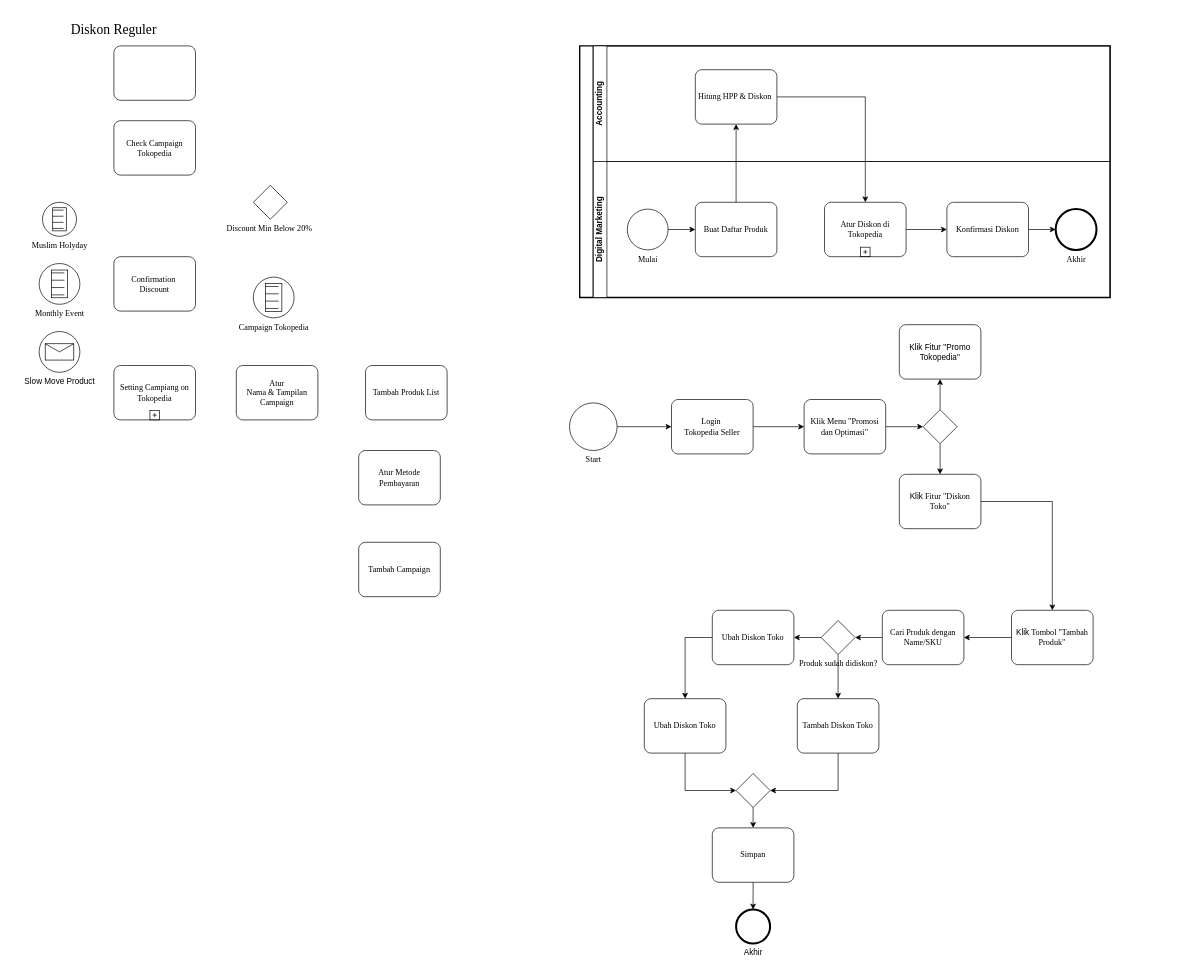
Earlier version of the draw.io diagram BPMN-KP-Coba.drawio (xoghub/diagrams). Source tidied: cells renumbered, new cells numbered last; positions are measured from the earlier drawing's top-left corner, leaving out a move shared by most shapes. Both pictures are drawn from the tidied source at 68%, with x=0, y=0 at pixel (39, 12).
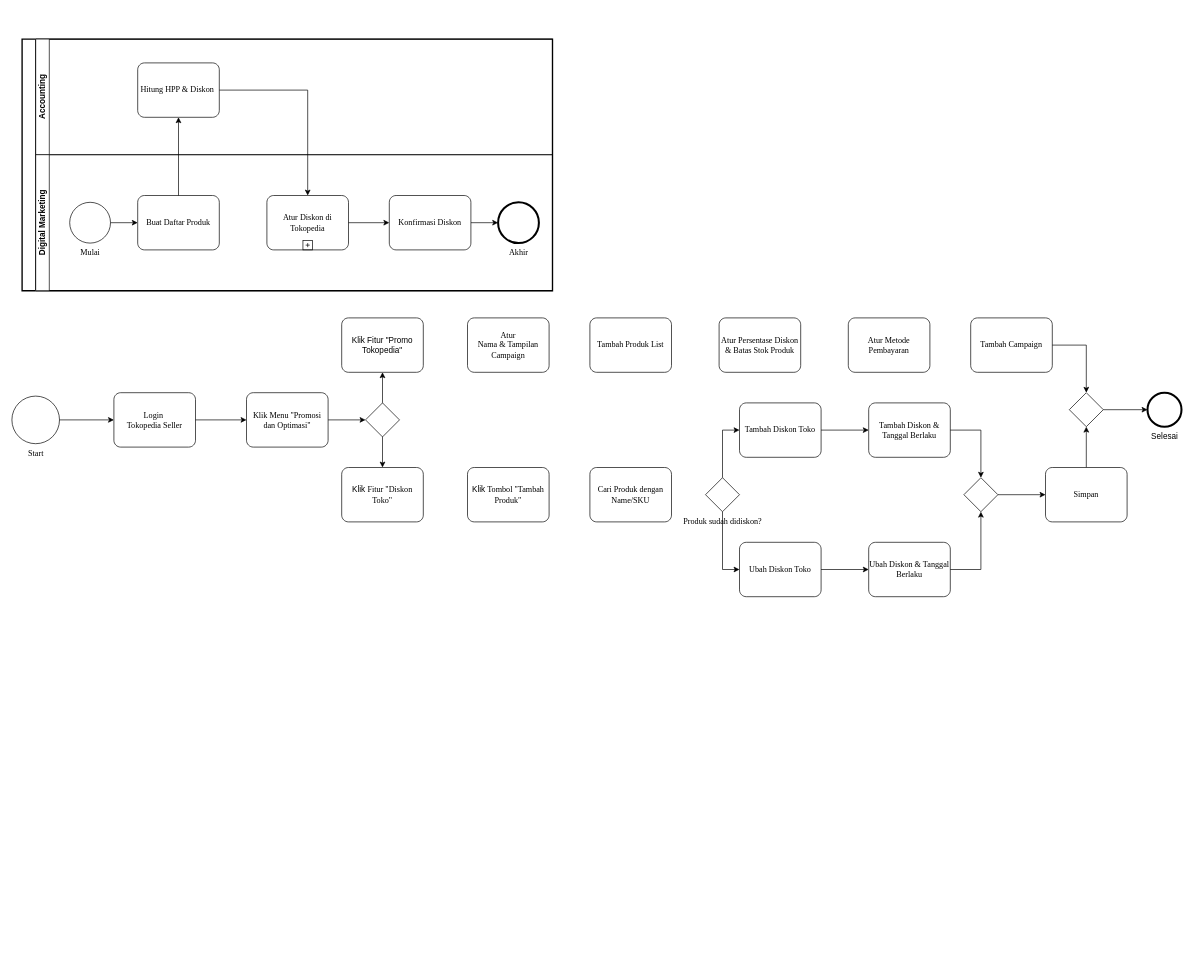
The same diagram, later.

Change to the diagram source:
```diff
@@
-    <mxCell id="2" value="&lt;font style=&quot;font-size: 20px;&quot;&gt;Diskon Reguler&lt;/font&gt;" style="text;html=1;strokeColor=none;fillColor=none;align=center;verticalAlign=middle;whiteSpace=wrap;rounded=0;fontFamily=Times New Roman;" parent="1" vertex="1">
-      <mxGeometry x="5" width="210" height="50" as="geometry" />
-    </mxCell>
-    <mxCell id="3" value="Check Campaign Tokopedia" style="shape=mxgraph.bpmn.task;whiteSpace=wrap;rectStyle=rounded;size=10;html=1;taskMarker=abstract;fontFamily=Times New Roman;" parent="1" vertex="1">
-      <mxGeometry x="110" y="160" width="120" height="80" as="geometry" />
-    </mxCell>
-    <mxCell id="4" value="&lt;font&gt;Discount Min Below 20%&amp;nbsp;&lt;/font&gt;" style="shape=mxgraph.bpmn.gateway2;html=1;verticalLabelPosition=bottom;labelBackgroundColor=#ffffff;verticalAlign=top;align=center;perimeter=rhombusPerimeter;outline=none;symbol=none;fontFamily=Times New Roman;" parent="1" vertex="1">
-      <mxGeometry x="315" y="255" width="50" height="50" as="geometry" />
-    </mxCell>
-    <mxCell id="5" style="shape=mxgraph.bpmn.task;whiteSpace=wrap;rectStyle=rounded;size=10;html=1;taskMarker=abstract;fontFamily=Times New Roman;" parent="1" vertex="1">
-      <mxGeometry x="110" y="50" width="120" height="80" as="geometry" />
-    </mxCell>
+    <mxCell id="60" style="edgeStyle=orthogonalEdgeStyle;rounded=0;jettySize=auto;html=1;entryX=0.5;entryY=1;entryDx=0;entryDy=0;entryPerimeter=0;" parent="1" edge="1" source="50" target="67">
+      <mxGeometry relative="1" as="geometry" />
+    </mxCell>
+    <mxCell id="50" value="Simpan" style="points=[[0.25,0,0],[0.5,0,0],[0.75,0,0],[1,0.25,0],[1,0.5,0],[1,0.75,0],[0.75,1,0],[0.5,1,0],[0.25,1,0],[0,0.75,0],[0,0.5,0],[0,0.25,0]];shape=mxgraph.bpmn.task;whiteSpace=wrap;rectStyle=rounded;size=10;html=1;taskMarker=abstract;fontFamily=Times New Roman;direction=east;flipH=1;" parent="1" vertex="1">
+      <mxGeometry x="1480" y="670" width="120" height="80" as="geometry" />
+    </mxCell>
+    <mxCell id="52" style="points=[[0.25,0.25,0],[0.5,0,0],[0.75,0.25,0],[1,0.5,0],[0.75,0.75,0],[0.5,1,0],[0.25,0.75,0],[0,0.5,0]];shape=mxgraph.bpmn.gateway2;html=1;verticalLabelPosition=bottom;labelBackgroundColor=#ffffff;verticalAlign=top;align=center;perimeter=rhombusPerimeter;outlineConnect=0;outline=none;symbol=none;direction=east;flipH=1;" parent="1" vertex="1">
+      <mxGeometry x="1360" y="685" width="50" height="50" as="geometry" />
+    </mxCell>
     <mxCell id="6" value="&lt;font&gt;Produk sudah didiskon?&lt;/font&gt;" style="points=[[0.25,0.25,0],[0.5,0,0],[0.75,0.25,0],[1,0.5,0],[0.75,0.75,0],[0.5,1,0],[0.25,0.75,0],[0,0.5,0]];shape=mxgraph.bpmn.gateway2;html=1;verticalLabelPosition=bottom;labelBackgroundColor=#ffffff;verticalAlign=top;align=center;perimeter=rhombusPerimeter;outlineConnect=0;outline=none;symbol=none;fontFamily=Times New Roman;" parent="1" vertex="1">
-      <mxGeometry x="1150" y="895" width="50" height="50" as="geometry" />
+      <mxGeometry x="980" y="685" width="50" height="50" as="geometry" />
     </mxCell>
-    <mxCell id="7" value="&lt;font&gt;Confirmation&amp;nbsp;&lt;/font&gt;&lt;div&gt;&lt;font&gt;Discount&lt;/font&gt;&lt;/div&gt;" style="shape=mxgraph.bpmn.task;whiteSpace=wrap;rectStyle=rounded;size=10;html=1;taskMarker=abstract;fontFamily=Times New Roman;" parent="1" vertex="1">
-      <mxGeometry x="110" y="360" width="120" height="80" as="geometry" />
-    </mxCell>
-    <mxCell id="8" value="Muslim Holyday" style="shape=mxgraph.bpmn.event;html=1;verticalLabelPosition=bottom;labelBackgroundColor=#ffffff;verticalAlign=top;align=center;perimeter=ellipsePerimeter;outline=standard;symbol=conditional;fontFamily=Times New Roman;" parent="1" vertex="1">
-      <mxGeometry x="5" y="280" width="50" height="50" as="geometry" />
-    </mxCell>
-    <mxCell id="9" value="Monthly Event" style="shape=mxgraph.bpmn.event;html=1;verticalLabelPosition=bottom;labelBackgroundColor=#ffffff;verticalAlign=top;align=center;perimeter=ellipsePerimeter;outline=standard;symbol=conditional;fontFamily=Times New Roman;" parent="1" vertex="1">
-      <mxGeometry y="370" width="60" height="60" as="geometry" />
-    </mxCell>
-    <mxCell id="10" value="&lt;font&gt;Setting Campiang on Tokopedia&lt;/font&gt;" style="shape=mxgraph.bpmn.task;whiteSpace=wrap;rectStyle=rounded;size=10;html=1;taskMarker=abstract;isLoopSub=1;fontFamily=Times New Roman;" parent="1" vertex="1">
-      <mxGeometry x="110" y="520" width="120" height="80" as="geometry" />
-    </mxCell>
     <mxCell id="11" value="Atur&lt;div&gt;Nama &amp;amp; Tampilan Campaign&lt;/div&gt;" style="shape=mxgraph.bpmn.task;whiteSpace=wrap;rectStyle=rounded;size=10;html=1;taskMarker=abstract;fontFamily=Times New Roman;" parent="1" vertex="1">
-      <mxGeometry x="290" y="520" width="120" height="80" as="geometry" />
+      <mxGeometry x="630" y="450" width="120" height="80" as="geometry" />
     </mxCell>
     <mxCell id="12" value="&lt;div&gt;Tambah Produk List&lt;/div&gt;" style="shape=mxgraph.bpmn.task;whiteSpace=wrap;rectStyle=rounded;size=10;html=1;taskMarker=abstract;fontFamily=Times New Roman;" parent="1" vertex="1">
-      <mxGeometry x="480" y="520" width="120" height="80" as="geometry" />
+      <mxGeometry x="810" y="450" width="120" height="80" as="geometry" />
     </mxCell>
     <mxCell id="13" value="Atur Metode Pembayaran" style="shape=mxgraph.bpmn.task;whiteSpace=wrap;rectStyle=rounded;size=10;html=1;taskMarker=abstract;fontFamily=Times New Roman;" parent="1" vertex="1">
-      <mxGeometry x="470" y="645" width="120" height="80" as="geometry" />
+      <mxGeometry x="1190" y="450" width="120" height="80" as="geometry" />
     </mxCell>
     <mxCell id="14" value="Tambah Campaign" style="points=[[0.25,0,0],[0.5,0,0],[0.75,0,0],[1,0.25,0],[1,0.5,0],[1,0.75,0],[0.75,1,0],[0.5,1,0],[0.25,1,0],[0,0.75,0],[0,0.5,0],[0,0.25,0]];shape=mxgraph.bpmn.task;whiteSpace=wrap;rectStyle=rounded;size=10;html=1;taskMarker=abstract;fontFamily=Times New Roman;" parent="1" vertex="1">
-      <mxGeometry x="470" y="780" width="120" height="80" as="geometry" />
+      <mxGeometry x="1370" y="450" width="120" height="80" as="geometry" />
     </mxCell>
-    <mxCell id="15" value="Campaign Tokopedia" style="shape=mxgraph.bpmn.event;html=1;verticalLabelPosition=bottom;labelBackgroundColor=#ffffff;verticalAlign=top;align=center;perimeter=ellipsePerimeter;outline=standard;symbol=conditional;fontFamily=Times New Roman;" parent="1" vertex="1">
-      <mxGeometry x="315" y="390" width="60" height="60" as="geometry" />
-    </mxCell>
-    <mxCell id="16" value="Slow Move Product" style="shape=mxgraph.bpmn.event;html=1;verticalLabelPosition=bottom;labelBackgroundColor=#ffffff;verticalAlign=top;align=center;perimeter=ellipsePerimeter;outline=standard;symbol=message;" parent="1" vertex="1">
-      <mxGeometry y="470" width="60" height="60" as="geometry" />
-    </mxCell>
     <mxCell id="17" style="swimlane;html=1;startSize=20;fontStyle=0;horizontal=0;swimlaneLine=1;swimlaneFillColor=#ffffff;strokeWidth=2;whiteSpace=wrap;" parent="1" vertex="1">
-      <mxGeometry x="795" y="50" width="780" height="370" as="geometry" />
+      <mxGeometry x="-25" y="40" width="780" height="370" as="geometry" />
     </mxCell>
@@
     <mxCell id="31" value="Start" style="points=[[0.145,0.145,0],[0.5,0,0],[0.855,0.145,0],[1,0.5,0],[0.855,0.855,0],[0.5,1,0],[0.145,0.855,0],[0,0.5,0]];shape=mxgraph.bpmn.event;html=1;verticalLabelPosition=bottom;labelBackgroundColor=#ffffff;verticalAlign=top;align=center;perimeter=ellipsePerimeter;outlineConnect=0;outline=standard;symbol=general;fontFamily=Times New Roman;" parent="1" vertex="1">
-      <mxGeometry x="780" y="575" width="70" height="70" as="geometry" />
+      <mxGeometry x="-40" y="565" width="70" height="70" as="geometry" />
     </mxCell>
     <mxCell id="32" value="Login&amp;nbsp;&lt;div&gt;Tokopedia Seller&lt;/div&gt;" style="points=[[0.25,0,0],[0.5,0,0],[0.75,0,0],[1,0.25,0],[1,0.5,0],[1,0.75,0],[0.75,1,0],[0.5,1,0],[0.25,1,0],[0,0.75,0],[0,0.5,0],[0,0.25,0]];shape=mxgraph.bpmn.task;whiteSpace=wrap;rectStyle=rounded;size=10;html=1;taskMarker=abstract;fontFamily=Times New Roman;" parent="1" vertex="1">
-      <mxGeometry x="930" y="570" width="120" height="80" as="geometry" />
+      <mxGeometry x="110" y="560" width="120" height="80" as="geometry" />
     </mxCell>
@@
     <mxCell id="34" value="Klik Menu &quot;Promosi dan Optimasi&quot;" style="points=[[0.25,0,0],[0.5,0,0],[0.75,0,0],[1,0.25,0],[1,0.5,0],[1,0.75,0],[0.75,1,0],[0.5,1,0],[0.25,1,0],[0,0.75,0],[0,0.5,0],[0,0.25,0]];shape=mxgraph.bpmn.task;whiteSpace=wrap;rectStyle=rounded;size=10;html=1;taskMarker=abstract;fontFamily=Times New Roman;" parent="1" vertex="1">
-      <mxGeometry x="1125" y="570" width="120" height="80" as="geometry" />
+      <mxGeometry x="305" y="560" width="120" height="80" as="geometry" />
     </mxCell>
     <mxCell id="35" value="&lt;span style=&quot;font-family: Helvetica;&quot;&gt;Klik&amp;nbsp;&lt;/span&gt;Fitur &quot;Diskon Toko&quot;" style="points=[[0.25,0,0],[0.5,0,0],[0.75,0,0],[1,0.25,0],[1,0.5,0],[1,0.75,0],[0.75,1,0],[0.5,1,0],[0.25,1,0],[0,0.75,0],[0,0.5,0],[0,0.25,0]];shape=mxgraph.bpmn.task;whiteSpace=wrap;rectStyle=rounded;size=10;html=1;taskMarker=abstract;fontFamily=Times New Roman;" parent="1" vertex="1">
-      <mxGeometry x="1265" y="680" width="120" height="80" as="geometry" />
+      <mxGeometry x="445" y="670" width="120" height="80" as="geometry" />
     </mxCell>
-    <mxCell id="36" style="edgeStyle=orthogonalEdgeStyle;rounded=0;jettySize=auto;html=1;" parent="1" edge="1" source="37" target="48">
-      <mxGeometry relative="1" as="geometry">
-        <Array as="points">
-          <mxPoint x="950" y="920" />
-        </Array>
-      </mxGeometry>
-    </mxCell>
     <mxCell id="37" value="Ubah Diskon Toko" style="points=[[0.25,0,0],[0.5,0,0],[0.75,0,0],[1,0.25,0],[1,0.5,0],[1,0.75,0],[0.75,1,0],[0.5,1,0],[0.25,1,0],[0,0.75,0],[0,0.5,0],[0,0.25,0]];shape=mxgraph.bpmn.task;whiteSpace=wrap;rectStyle=rounded;size=10;html=1;taskMarker=abstract;fontFamily=Times New Roman;" parent="1" vertex="1">
-      <mxGeometry x="990" y="880" width="120" height="80" as="geometry" />
+      <mxGeometry x="1030" y="780" width="120" height="80" as="geometry" />
     </mxCell>
     <mxCell id="38" value="&lt;span style=&quot;font-family: Helvetica;&quot;&gt;Klik&lt;/span&gt;&amp;nbsp;Tombol &quot;Tambah Produk&quot;" style="points=[[0.25,0,0],[0.5,0,0],[0.75,0,0],[1,0.25,0],[1,0.5,0],[1,0.75,0],[0.75,1,0],[0.5,1,0],[0.25,1,0],[0,0.75,0],[0,0.5,0],[0,0.25,0]];shape=mxgraph.bpmn.task;whiteSpace=wrap;rectStyle=rounded;size=10;html=1;taskMarker=abstract;fontFamily=Times New Roman;" parent="1" vertex="1">
-      <mxGeometry x="1430" y="880" width="120" height="80" as="geometry" />
+      <mxGeometry x="630" y="670" width="120" height="80" as="geometry" />
     </mxCell>
-    <mxCell id="39" style="edgeStyle=orthogonalEdgeStyle;rounded=0;jettySize=auto;html=1;" parent="1" edge="1" source="40" target="6">
-      <mxGeometry relative="1" as="geometry" />
-    </mxCell>
     <mxCell id="40" value="Cari Produk dengan Name/SKU" style="points=[[0.25,0,0],[0.5,0,0],[0.75,0,0],[1,0.25,0],[1,0.5,0],[1,0.75,0],[0.75,1,0],[0.5,1,0],[0.25,1,0],[0,0.75,0],[0,0.5,0],[0,0.25,0]];shape=mxgraph.bpmn.task;whiteSpace=wrap;rectStyle=rounded;size=10;html=1;taskMarker=abstract;fontFamily=Times New Roman;" parent="1" vertex="1">
-      <mxGeometry x="1240" y="880" width="120" height="80" as="geometry" />
+      <mxGeometry x="810" y="670" width="120" height="80" as="geometry" />
     </mxCell>
@@
-    <mxCell id="43" style="edgeStyle=orthogonalEdgeStyle;rounded=0;jettySize=auto;html=1;entryX=0.5;entryY=0;entryDx=0;entryDy=0;entryPerimeter=0;" parent="1" edge="1" source="35" target="38">
-      <mxGeometry relative="1" as="geometry" />
-    </mxCell>
-    <mxCell id="44" style="edgeStyle=orthogonalEdgeStyle;rounded=0;jettySize=auto;html=1;entryX=1;entryY=0.5;entryDx=0;entryDy=0;entryPerimeter=0;" parent="1" edge="1" source="38" target="40">
-      <mxGeometry relative="1" as="geometry" />
-    </mxCell>
     <mxCell id="45" value="Tambah Diskon Toko" style="points=[[0.25,0,0],[0.5,0,0],[0.75,0,0],[1,0.25,0],[1,0.5,0],[1,0.75,0],[0.75,1,0],[0.5,1,0],[0.25,1,0],[0,0.75,0],[0,0.5,0],[0,0.25,0]];shape=mxgraph.bpmn.task;whiteSpace=wrap;rectStyle=rounded;size=10;html=1;taskMarker=abstract;fontFamily=Times New Roman;" parent="1" vertex="1">
-      <mxGeometry x="1115" y="1010" width="120" height="80" as="geometry" />
+      <mxGeometry x="1030" y="575" width="120" height="80" as="geometry" />
     </mxCell>
-    <mxCell id="46" style="edgeStyle=orthogonalEdgeStyle;rounded=0;jettySize=auto;html=1;entryX=1;entryY=0.5;entryDx=0;entryDy=0;entryPerimeter=0;" parent="1" edge="1" source="6" target="37">
-      <mxGeometry relative="1" as="geometry" />
-    </mxCell>
-    <mxCell id="47" style="edgeStyle=orthogonalEdgeStyle;rounded=0;jettySize=auto;html=1;entryX=0.5;entryY=0;entryDx=0;entryDy=0;entryPerimeter=0;" parent="1" edge="1" source="6" target="45">
-      <mxGeometry relative="1" as="geometry" />
-    </mxCell>
-    <mxCell id="48" value="Ubah Diskon Toko" style="points=[[0.25,0,0],[0.5,0,0],[0.75,0,0],[1,0.25,0],[1,0.5,0],[1,0.75,0],[0.75,1,0],[0.5,1,0],[0.25,1,0],[0,0.75,0],[0,0.5,0],[0,0.25,0]];shape=mxgraph.bpmn.task;whiteSpace=wrap;rectStyle=rounded;size=10;html=1;taskMarker=abstract;fontFamily=Times New Roman;" parent="1" vertex="1">
-      <mxGeometry x="890" y="1010" width="120" height="80" as="geometry" />
+    <mxCell id="48" value="Ubah Diskon &amp;amp; Tanggal Berlaku" style="points=[[0.25,0,0],[0.5,0,0],[0.75,0,0],[1,0.25,0],[1,0.5,0],[1,0.75,0],[0.75,1,0],[0.5,1,0],[0.25,1,0],[0,0.75,0],[0,0.5,0],[0,0.25,0]];shape=mxgraph.bpmn.task;whiteSpace=wrap;rectStyle=rounded;size=10;html=1;taskMarker=abstract;fontFamily=Times New Roman;" parent="1" vertex="1">
+      <mxGeometry x="1220" y="780" width="120" height="80" as="geometry" />
     </mxCell>
-    <mxCell id="49" style="edgeStyle=orthogonalEdgeStyle;rounded=0;jettySize=auto;html=1;" parent="1" edge="1" source="50" target="51">
-      <mxGeometry relative="1" as="geometry" />
-    </mxCell>
-    <mxCell id="50" value="Simpan" style="points=[[0.25,0,0],[0.5,0,0],[0.75,0,0],[1,0.25,0],[1,0.5,0],[1,0.75,0],[0.75,1,0],[0.5,1,0],[0.25,1,0],[0,0.75,0],[0,0.5,0],[0,0.25,0]];shape=mxgraph.bpmn.task;whiteSpace=wrap;rectStyle=rounded;size=10;html=1;taskMarker=abstract;fontFamily=Times New Roman;" parent="1" vertex="1">
-      <mxGeometry x="990" y="1200" width="120" height="80" as="geometry" />
-    </mxCell>
-    <mxCell id="51" value="Akhir" style="points=[[0.145,0.145,0],[0.5,0,0],[0.855,0.145,0],[1,0.5,0],[0.855,0.855,0],[0.5,1,0],[0.145,0.855,0],[0,0.5,0]];shape=mxgraph.bpmn.event;html=1;verticalLabelPosition=bottom;labelBackgroundColor=#ffffff;verticalAlign=top;align=center;perimeter=ellipsePerimeter;outlineConnect=0;outline=end;symbol=terminate2;" parent="1" vertex="1">
-      <mxGeometry x="1025" y="1320" width="50" height="50" as="geometry" />
-    </mxCell>
-    <mxCell id="52" style="points=[[0.25,0.25,0],[0.5,0,0],[0.75,0.25,0],[1,0.5,0],[0.75,0.75,0],[0.5,1,0],[0.25,0.75,0],[0,0.5,0]];shape=mxgraph.bpmn.gateway2;html=1;verticalLabelPosition=bottom;labelBackgroundColor=#ffffff;verticalAlign=top;align=center;perimeter=rhombusPerimeter;outlineConnect=0;outline=none;symbol=none;" parent="1" vertex="1">
-      <mxGeometry x="1025" y="1120" width="50" height="50" as="geometry" />
-    </mxCell>
-    <mxCell id="53" style="edgeStyle=orthogonalEdgeStyle;rounded=0;jettySize=auto;html=1;entryX=0;entryY=0.5;entryDx=0;entryDy=0;entryPerimeter=0;" parent="1" edge="1" source="48" target="52">
-      <mxGeometry relative="1" as="geometry">
-        <Array as="points">
-          <mxPoint x="950" y="1145" />
-        </Array>
-      </mxGeometry>
-    </mxCell>
-    <mxCell id="54" style="edgeStyle=orthogonalEdgeStyle;rounded=0;jettySize=auto;html=1;exitX=0.5;exitY=1;exitDx=0;exitDy=0;exitPerimeter=0;entryX=1;entryY=0.5;entryDx=0;entryDy=0;entryPerimeter=0;" parent="1" edge="1" source="45" target="52">
-      <mxGeometry relative="1" as="geometry" />
-    </mxCell>
-    <mxCell id="55" style="edgeStyle=orthogonalEdgeStyle;rounded=0;jettySize=auto;html=1;exitX=0.5;exitY=1;exitDx=0;exitDy=0;exitPerimeter=0;entryX=0.5;entryY=0;entryDx=0;entryDy=0;entryPerimeter=0;" parent="1" edge="1" source="52" target="50">
-      <mxGeometry relative="1" as="geometry" />
-    </mxCell>
     <mxCell id="56" style="points=[[0.25,0.25,0],[0.5,0,0],[0.75,0.25,0],[1,0.5,0],[0.75,0.75,0],[0.5,1,0],[0.25,0.75,0],[0,0.5,0]];shape=mxgraph.bpmn.gateway2;html=1;verticalLabelPosition=bottom;labelBackgroundColor=#ffffff;verticalAlign=top;align=center;perimeter=rhombusPerimeter;outlineConnect=0;outline=none;symbol=none;" parent="1" vertex="1">
-      <mxGeometry x="1300" y="585" width="50" height="50" as="geometry" />
+      <mxGeometry x="480" y="575" width="50" height="50" as="geometry" />
     </mxCell>
@@
     <mxCell id="58" value="Klik Fitur &quot;Promo Tokopedia&quot;" style="points=[[0.25,0,0],[0.5,0,0],[0.75,0,0],[1,0.25,0],[1,0.5,0],[1,0.75,0],[0.75,1,0],[0.5,1,0],[0.25,1,0],[0,0.75,0],[0,0.5,0],[0,0.25,0]];shape=mxgraph.bpmn.task;whiteSpace=wrap;rectStyle=rounded;size=10;html=1;taskMarker=abstract;" parent="1" vertex="1">
-      <mxGeometry x="1265" y="460" width="120" height="80" as="geometry" />
+      <mxGeometry x="445" y="450" width="120" height="80" as="geometry" />
     </mxCell>
@@
+    <mxCell id="61" value="&lt;div&gt;Atur Persentase Diskon &amp;amp; Batas Stok Produk&lt;/div&gt;" style="shape=mxgraph.bpmn.task;whiteSpace=wrap;rectStyle=rounded;size=10;html=1;taskMarker=abstract;fontFamily=Times New Roman;" parent="1" vertex="1">
+      <mxGeometry x="1000" y="450" width="120" height="80" as="geometry" />
+    </mxCell>
+    <mxCell id="36" style="edgeStyle=orthogonalEdgeStyle;rounded=0;jettySize=auto;html=1;entryX=0;entryY=0.5;entryDx=0;entryDy=0;entryPerimeter=0;" parent="1" edge="1" source="37" target="48">
+      <mxGeometry relative="1" as="geometry" />
+    </mxCell>
+    <mxCell id="47" style="edgeStyle=orthogonalEdgeStyle;rounded=0;jettySize=auto;html=1;entryX=0;entryY=0.5;entryDx=0;entryDy=0;entryPerimeter=0;" parent="1" edge="1" source="6" target="45">
+      <mxGeometry relative="1" as="geometry" />
+    </mxCell>
+    <mxCell id="46" style="edgeStyle=orthogonalEdgeStyle;rounded=0;jettySize=auto;html=1;entryX=0;entryY=0.5;entryDx=0;entryDy=0;entryPerimeter=0;" parent="1" edge="1" source="6" target="37">
+      <mxGeometry relative="1" as="geometry" />
+    </mxCell>
+    <mxCell id="62" value="&lt;div&gt;Tambah Diskon &amp;amp; Tanggal Berlaku&lt;/div&gt;" style="points=[[0.25,0,0],[0.5,0,0],[0.75,0,0],[1,0.25,0],[1,0.5,0],[1,0.75,0],[0.75,1,0],[0.5,1,0],[0.25,1,0],[0,0.75,0],[0,0.5,0],[0,0.25,0]];shape=mxgraph.bpmn.task;whiteSpace=wrap;rectStyle=rounded;size=10;html=1;taskMarker=abstract;fontFamily=Times New Roman;" parent="1" vertex="1">
+      <mxGeometry x="1220" y="575" width="120" height="80" as="geometry" />
+    </mxCell>
+    <mxCell id="63" style="edgeStyle=orthogonalEdgeStyle;rounded=0;jettySize=auto;html=1;entryX=0;entryY=0.5;entryDx=0;entryDy=0;entryPerimeter=0;" parent="1" edge="1" source="45" target="62">
+      <mxGeometry relative="1" as="geometry" />
+    </mxCell>
+    <mxCell id="64" style="edgeStyle=orthogonalEdgeStyle;rounded=0;jettySize=auto;html=1;entryX=0.5;entryY=0;entryDx=0;entryDy=0;entryPerimeter=0;" parent="1" edge="1" source="62" target="52">
+      <mxGeometry relative="1" as="geometry" />
+    </mxCell>
+    <mxCell id="53" style="edgeStyle=orthogonalEdgeStyle;rounded=0;jettySize=auto;html=1;entryX=0.5;entryY=1;entryDx=0;entryDy=0;entryPerimeter=0;" parent="1" edge="1" source="48" target="52">
+      <mxGeometry relative="1" as="geometry" />
+    </mxCell>
+    <mxCell id="55" style="edgeStyle=orthogonalEdgeStyle;rounded=0;jettySize=auto;html=1;entryX=1;entryY=0.5;entryDx=0;entryDy=0;entryPerimeter=0;" parent="1" edge="1" source="52" target="50">
+      <mxGeometry relative="1" as="geometry" />
+    </mxCell>
+    <mxCell id="65" value="Selesai" style="points=[[0.145,0.145,0],[0.5,0,0],[0.855,0.145,0],[1,0.5,0],[0.855,0.855,0],[0.5,1,0],[0.145,0.855,0],[0,0.5,0]];shape=mxgraph.bpmn.event;html=1;verticalLabelPosition=bottom;labelBackgroundColor=#ffffff;verticalAlign=top;align=center;perimeter=ellipsePerimeter;outlineConnect=0;outline=end;symbol=terminate2;" parent="1" vertex="1">
+      <mxGeometry x="1630" y="560" width="50" height="50" as="geometry" />
+    </mxCell>
+    <mxCell id="66" style="edgeStyle=orthogonalEdgeStyle;rounded=0;jettySize=auto;html=1;" parent="1" edge="1" source="67" target="65">
+      <mxGeometry relative="1" as="geometry" />
+    </mxCell>
+    <mxCell id="67" style="points=[[0.25,0.25,0],[0.5,0,0],[0.75,0.25,0],[1,0.5,0],[0.75,0.75,0],[0.5,1,0],[0.25,0.75,0],[0,0.5,0]];shape=mxgraph.bpmn.gateway2;html=1;verticalLabelPosition=bottom;labelBackgroundColor=#ffffff;verticalAlign=top;align=center;perimeter=rhombusPerimeter;outlineConnect=0;outline=none;symbol=none;direction=east;flipH=1;" parent="1" vertex="1">
+      <mxGeometry x="1515" y="560" width="50" height="50" as="geometry" />
+    </mxCell>
+    <mxCell id="68" style="edgeStyle=orthogonalEdgeStyle;rounded=0;jettySize=auto;html=1;entryX=0.5;entryY=0;entryDx=0;entryDy=0;entryPerimeter=0;" parent="1" edge="1" source="14" target="67">
+      <mxGeometry relative="1" as="geometry" />
+    </mxCell>
```
